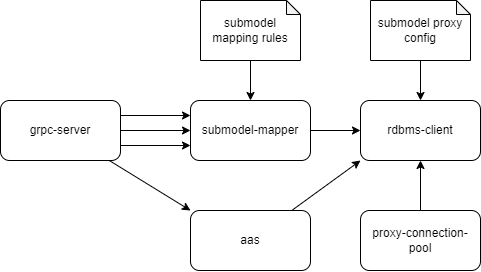
Earlier version of the draw.io export assets/module.drawio.png (hiroyoshii/go-aas-proxy). Source tidied: cells renumbered, new cells last; positions are measured from the earlier drawing's top-left corner, leaving out a move shared by most shapes.
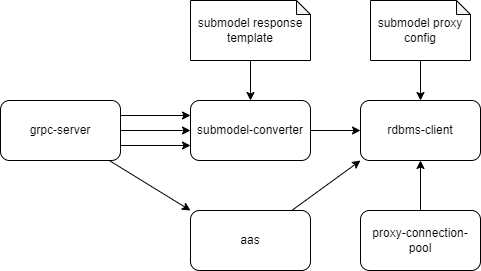
After the change.

Change to the diagram source:
```diff
@@ -26,7 +26,7 @@
     <mxCell id="9" style="edgeStyle=none;html=1;" parent="1" edge="1" source="10" target="11">
       <mxGeometry relative="1" as="geometry" />
     </mxCell>
-    <mxCell id="10" value="submodel-mapper" style="rounded=1;whiteSpace=wrap;html=1;" parent="1" vertex="1">
+    <mxCell id="10" value="submodel-converter" style="rounded=1;whiteSpace=wrap;html=1;" parent="1" vertex="1">
       <mxGeometry x="190" y="100" width="120" height="60" as="geometry" />
     </mxCell>
     <mxCell id="11" value="rdbms-client" style="rounded=1;whiteSpace=wrap;html=1;" parent="1" vertex="1">
@@ -35,8 +35,8 @@
     <mxCell id="12" style="edgeStyle=none;html=1;" parent="1" edge="1" source="13" target="10">
       <mxGeometry relative="1" as="geometry" />
     </mxCell>
-    <mxCell id="13" value="submodel mapping rules" style="shape=note;whiteSpace=wrap;html=1;backgroundOutline=1;darkOpacity=0.05;size=14;" parent="1" vertex="1">
-      <mxGeometry x="200" width="100" height="60" as="geometry" />
+    <mxCell id="13" value="submodel response template" style="shape=note;whiteSpace=wrap;html=1;backgroundOutline=1;darkOpacity=0.05;size=14;" parent="1" vertex="1">
+      <mxGeometry x="190" width="120" height="60" as="geometry" />
     </mxCell>
     <mxCell id="14" style="edgeStyle=none;html=1;" parent="1" edge="1" source="15" target="11">
       <mxGeometry relative="1" as="geometry" />
```
